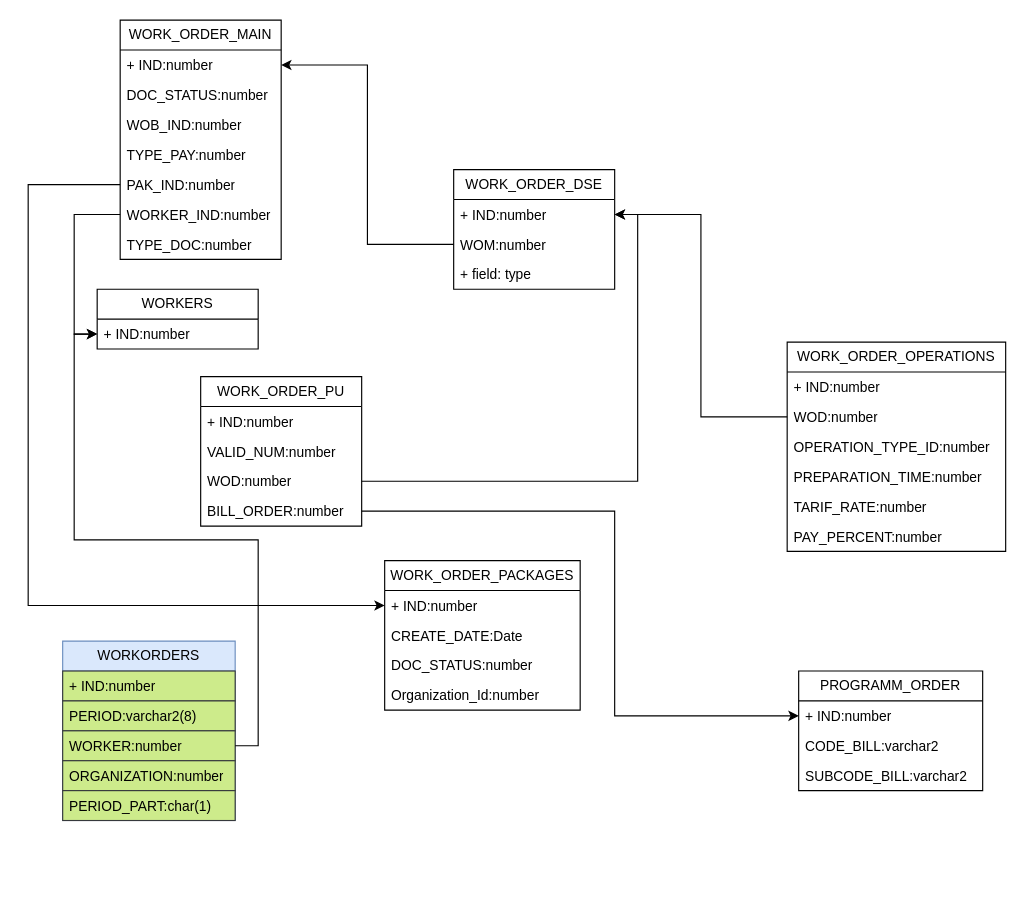
This is AMR_Наряды.drawio from tkadm/-, a draw.io file, before an edit. Source tidied: cells renumbered, new cells numbered last; positions are measured from the earlier drawing's top-left corner, leaving out a move shared by most shapes. Both pictures are drawn from the tidied source at 115%, with x=0, y=0 at pixel (28, 20).
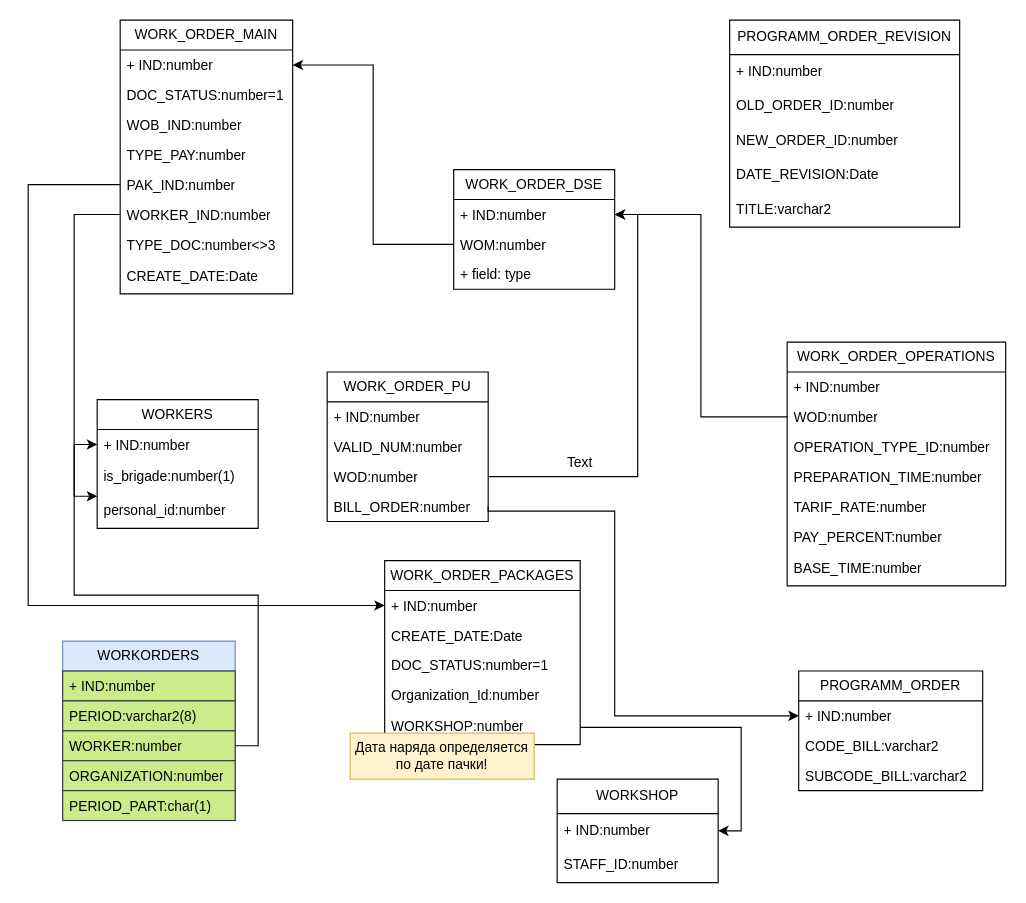
After the change.

The edit, as a diff of the source:
```diff
@@
     <mxCell id="2" value="WORK_ORDER_MAIN" style="swimlane;fontStyle=0;horizontal=1;startSize=26;fillColor=none;whiteSpace=wrap;html=1;" parent="1" vertex="1">
-      <mxGeometry x="80" width="140" height="208" as="geometry" />
+      <mxGeometry x="80" width="150" height="238" as="geometry" />
     </mxCell>
     <mxCell id="3" value="+ IND:number" style="text;strokeColor=none;fillColor=none;align=left;verticalAlign=top;spacingLeft=4;spacingRight=4;overflow=hidden;points=[[0,0.5],[1,0.5]];portConstraint=eastwest;whiteSpace=wrap;html=1;" parent="2" vertex="1">
-      <mxGeometry y="26" width="140" height="26" as="geometry" />
+      <mxGeometry y="26" width="150" height="26" as="geometry" />
     </mxCell>
-    <mxCell id="4" value="DOC_STATUS:number" style="text;strokeColor=none;fillColor=none;align=left;verticalAlign=top;spacingLeft=4;spacingRight=4;overflow=hidden;whiteSpace=wrap;html=1;" parent="2" vertex="1">
-      <mxGeometry y="52" width="140" height="26" as="geometry" />
+    <mxCell id="4" value="DOC_STATUS:number=1" style="text;strokeColor=none;fillColor=none;align=left;verticalAlign=top;spacingLeft=4;spacingRight=4;overflow=hidden;whiteSpace=wrap;html=1;" parent="2" vertex="1">
+      <mxGeometry y="52" width="150" height="26" as="geometry" />
     </mxCell>
     <mxCell id="5" value="WOB_IND:number" style="text;strokeColor=none;fillColor=none;align=left;verticalAlign=top;spacingLeft=4;spacingRight=4;overflow=hidden;whiteSpace=wrap;html=1;" parent="2" vertex="1">
-      <mxGeometry y="78" width="140" height="26" as="geometry" />
+      <mxGeometry y="78" width="150" height="26" as="geometry" />
     </mxCell>
     <mxCell id="6" value="TYPE_PAY:number" style="text;strokeColor=none;fillColor=none;align=left;verticalAlign=top;spacingLeft=4;spacingRight=4;overflow=hidden;whiteSpace=wrap;html=1;" parent="2" vertex="1">
-      <mxGeometry y="104" width="140" height="26" as="geometry" />
+      <mxGeometry y="104" width="150" height="26" as="geometry" />
     </mxCell>
     <mxCell id="7" value="PAK_IND:number" style="text;strokeColor=none;fillColor=none;align=left;verticalAlign=top;spacingLeft=4;spacingRight=4;overflow=hidden;points=[[0,0.5],[1,0.5]];portConstraint=eastwest;whiteSpace=wrap;html=1;" parent="2" vertex="1">
-      <mxGeometry y="130" width="140" height="26" as="geometry" />
+      <mxGeometry y="130" width="150" height="26" as="geometry" />
     </mxCell>
     <mxCell id="8" value="WORKER_IND:number" style="text;strokeColor=none;fillColor=none;align=left;verticalAlign=top;spacingLeft=4;spacingRight=4;overflow=hidden;points=[[0,0.5],[1,0.5]];portConstraint=eastwest;whiteSpace=wrap;html=1;" parent="2" vertex="1">
-      <mxGeometry y="156" width="140" height="26" as="geometry" />
+      <mxGeometry y="156" width="150" height="26" as="geometry" />
     </mxCell>
-    <mxCell id="9" value="TYPE_DOC:number" style="text;strokeColor=none;fillColor=none;align=left;verticalAlign=top;spacingLeft=4;spacingRight=4;overflow=hidden;whiteSpace=wrap;html=1;" parent="2" vertex="1">
-      <mxGeometry y="182" width="140" height="26" as="geometry" />
+    <mxCell id="9" value="TYPE_DOC:number&amp;lt;&amp;gt;3" style="text;strokeColor=none;fillColor=none;align=left;verticalAlign=top;spacingLeft=4;spacingRight=4;overflow=hidden;whiteSpace=wrap;html=1;" parent="2" vertex="1">
+      <mxGeometry y="182" width="150" height="26" as="geometry" />
     </mxCell>
+    <mxCell id="50" value="CREATE_DATE:Date" style="text;strokeColor=none;fillColor=none;align=left;verticalAlign=middle;spacingLeft=4;spacingRight=4;overflow=hidden;whiteSpace=wrap;html=1;" parent="2" vertex="1">
+      <mxGeometry y="208" width="150" height="30" as="geometry" />
+    </mxCell>
@@
     <mxCell id="15" value="WORK_ORDER_PU" style="swimlane;fontStyle=0;horizontal=1;startSize=26;fillColor=none;whiteSpace=wrap;html=1;" parent="1" vertex="1">
-      <mxGeometry x="150" y="310" width="140" height="130" as="geometry" />
+      <mxGeometry x="260" y="306" width="140" height="130" as="geometry" />
     </mxCell>
@@
     <mxCell id="21" value="WORK_ORDER_OPERATIONS" style="swimlane;fontStyle=0;horizontal=1;startSize=26;fillColor=none;whiteSpace=wrap;html=1;" parent="1" vertex="1">
-      <mxGeometry x="660" y="280" width="190" height="182" as="geometry" />
+      <mxGeometry x="660" y="280" width="190" height="212" as="geometry" />
     </mxCell>
@@
+    <mxCell id="51" value="BASE_TIME:number" style="text;strokeColor=none;fillColor=none;align=left;verticalAlign=middle;spacingLeft=4;spacingRight=4;overflow=hidden;whiteSpace=wrap;html=1;" parent="21" vertex="1">
+      <mxGeometry y="182" width="190" height="30" as="geometry" />
+    </mxCell>
@@
     <mxCell id="29" value="WORK_ORDER_PACKAGES" style="swimlane;fontStyle=0;horizontal=1;startSize=26;fillColor=none;whiteSpace=wrap;html=1;" parent="1" vertex="1">
-      <mxGeometry x="310" y="470" width="170" height="130" as="geometry" />
+      <mxGeometry x="310" y="470" width="170" height="160" as="geometry" />
     </mxCell>
@@
-    <mxCell id="32" value="DOC_STATUS:number" style="text;strokeColor=none;fillColor=none;align=left;verticalAlign=top;spacingLeft=4;spacingRight=4;overflow=hidden;whiteSpace=wrap;html=1;" parent="29" vertex="1">
+    <mxCell id="32" value="DOC_STATUS:number=1" style="text;strokeColor=none;fillColor=none;align=left;verticalAlign=top;spacingLeft=4;spacingRight=4;overflow=hidden;whiteSpace=wrap;html=1;" parent="29" vertex="1">
       <mxGeometry y="78" width="170" height="26" as="geometry" />
     </mxCell>
@@
+    <mxCell id="52" value="WORKSHOP:number" style="text;strokeColor=none;fillColor=none;align=left;verticalAlign=middle;spacingLeft=4;spacingRight=4;overflow=hidden;points=[[0,0.5],[1,0.5]];portConstraint=eastwest;whiteSpace=wrap;html=1;" parent="29" vertex="1">
+      <mxGeometry y="130" width="170" height="30" as="geometry" />
+    </mxCell>
@@
     <mxCell id="40" value="WORKERS" style="swimlane;fontStyle=0;horizontal=1;startSize=26;fillColor=none;whiteSpace=wrap;html=1;" parent="1" vertex="1">
-      <mxGeometry x="60" y="234" width="140" height="52" as="geometry" />
+      <mxGeometry x="60" y="330" width="140" height="112" as="geometry" />
     </mxCell>
@@
+    <mxCell id="53" value="is_brigade:number(1)" style="text;strokeColor=none;fillColor=none;align=left;verticalAlign=middle;spacingLeft=4;spacingRight=4;overflow=hidden;whiteSpace=wrap;html=1;" parent="40" vertex="1">
+      <mxGeometry y="52" width="140" height="30" as="geometry" />
+    </mxCell>
+    <mxCell id="54" value="personal_id:number" style="text;strokeColor=none;fillColor=none;align=left;verticalAlign=middle;spacingLeft=4;spacingRight=4;overflow=hidden;whiteSpace=wrap;html=1;" parent="40" vertex="1">
+      <mxGeometry y="82" width="140" height="30" as="geometry" />
+    </mxCell>
@@
+    <mxCell id="55" value="WORKSHOP" style="swimlane;fontStyle=0;horizontal=1;startSize=30;whiteSpace=wrap;html=1;" parent="1" vertex="1">
+      <mxGeometry x="460" y="660" width="140" height="90" as="geometry" />
+    </mxCell>
+    <mxCell id="56" value="+ IND:number" style="text;strokeColor=none;fillColor=none;align=left;verticalAlign=middle;spacingLeft=4;spacingRight=4;overflow=hidden;points=[[0,0.5],[1,0.5]];portConstraint=eastwest;whiteSpace=wrap;html=1;" parent="55" vertex="1">
+      <mxGeometry y="30" width="140" height="30" as="geometry" />
+    </mxCell>
+    <mxCell id="57" value="STAFF_ID:number" style="text;strokeColor=none;fillColor=none;align=left;verticalAlign=middle;spacingLeft=4;spacingRight=4;overflow=hidden;whiteSpace=wrap;html=1;" parent="55" vertex="1">
+      <mxGeometry y="60" width="140" height="30" as="geometry" />
+    </mxCell>
+    <mxCell id="58" value="Text" style="text;html=1;strokeColor=none;fillColor=none;align=center;verticalAlign=middle;whiteSpace=wrap;rounded=0;" parent="1" vertex="1">
+      <mxGeometry x="450" y="370" width="60" height="30" as="geometry" />
+    </mxCell>
+    <mxCell id="59" value="Дата наряда определяется по дате пачки!" style="text;html=1;strokeColor=#d6b656;fillColor=#fff2cc;align=center;verticalAlign=middle;whiteSpace=wrap;rounded=0;" parent="1" vertex="1">
+      <mxGeometry x="280" y="620" width="160" height="40" as="geometry" />
+    </mxCell>
+    <mxCell id="60" value="PROGRAMM_ORDER_REVISION" style="swimlane;fontStyle=0;horizontal=1;startSize=30;whiteSpace=wrap;html=1;" parent="1" vertex="1">
+      <mxGeometry x="610" width="200" height="180" as="geometry" />
+    </mxCell>
+    <mxCell id="61" value="+ IND:number" style="text;strokeColor=none;fillColor=none;align=left;verticalAlign=middle;spacingLeft=4;spacingRight=4;overflow=hidden;whiteSpace=wrap;html=1;" parent="60" vertex="1">
+      <mxGeometry y="30" width="200" height="30" as="geometry" />
+    </mxCell>
+    <mxCell id="62" value="OLD_ORDER_ID:number" style="text;strokeColor=none;fillColor=none;align=left;verticalAlign=middle;spacingLeft=4;spacingRight=4;overflow=hidden;whiteSpace=wrap;html=1;" parent="60" vertex="1">
+      <mxGeometry y="60" width="200" height="30" as="geometry" />
+    </mxCell>
+    <mxCell id="63" value="NEW_ORDER_ID:number" style="text;strokeColor=none;fillColor=none;align=left;verticalAlign=middle;spacingLeft=4;spacingRight=4;overflow=hidden;whiteSpace=wrap;html=1;" parent="60" vertex="1">
+      <mxGeometry y="90" width="200" height="30" as="geometry" />
+    </mxCell>
+    <mxCell id="64" value="DATE_REVISION:Date" style="text;strokeColor=none;fillColor=none;align=left;verticalAlign=middle;spacingLeft=4;spacingRight=4;overflow=hidden;whiteSpace=wrap;html=1;" parent="60" vertex="1">
+      <mxGeometry y="120" width="200" height="30" as="geometry" />
+    </mxCell>
+    <mxCell id="65" value="TITLE:varchar2" style="text;strokeColor=none;fillColor=none;align=left;verticalAlign=middle;spacingLeft=4;spacingRight=4;overflow=hidden;whiteSpace=wrap;html=1;" parent="60" vertex="1">
+      <mxGeometry y="150" width="200" height="30" as="geometry" />
+    </mxCell>
+    <mxCell id="66" style="edgeStyle=orthogonalEdgeStyle;rounded=0;jettySize=auto;html=1;exitX=1;exitY=0.5;exitDx=0;exitDy=0;entryX=1;entryY=0.5;entryDx=0;entryDy=0;" parent="1" edge="1" source="52" target="56">
+      <mxGeometry relative="1" as="geometry" />
+    </mxCell>
```
